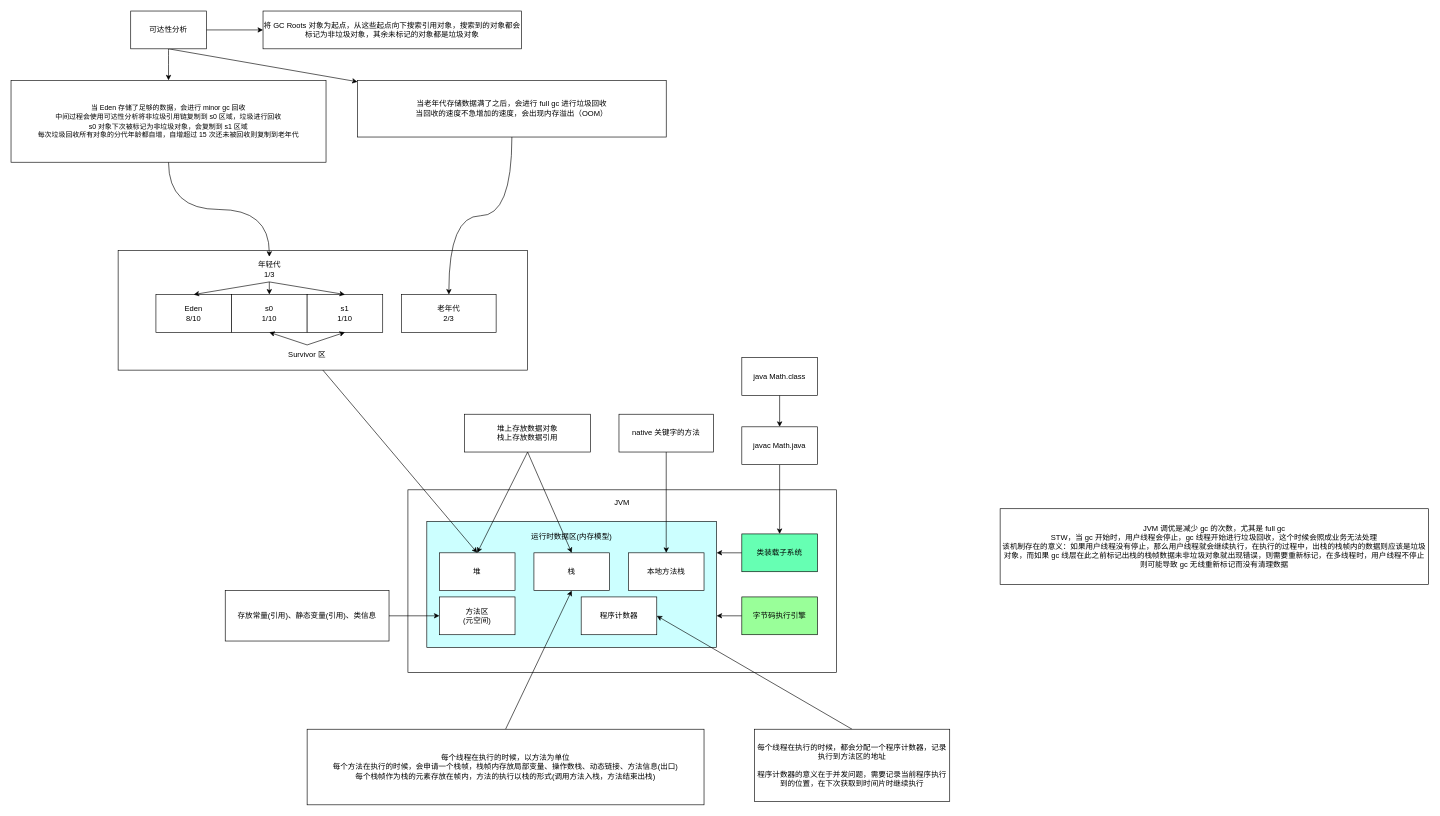
Earlier version of the draw.io diagram page "内存结构" (1 of 2) of Java/JVM.drawio (wubinglong9716/NoteBook). Source tidied: cells renumbered, new cells numbered last; positions are measured from the earlier drawing's top-left corner, leaving out a move shared by most shapes. Both pictures are drawn from the tidied source at 63%, with x=0, y=0 at pixel (11, 11).
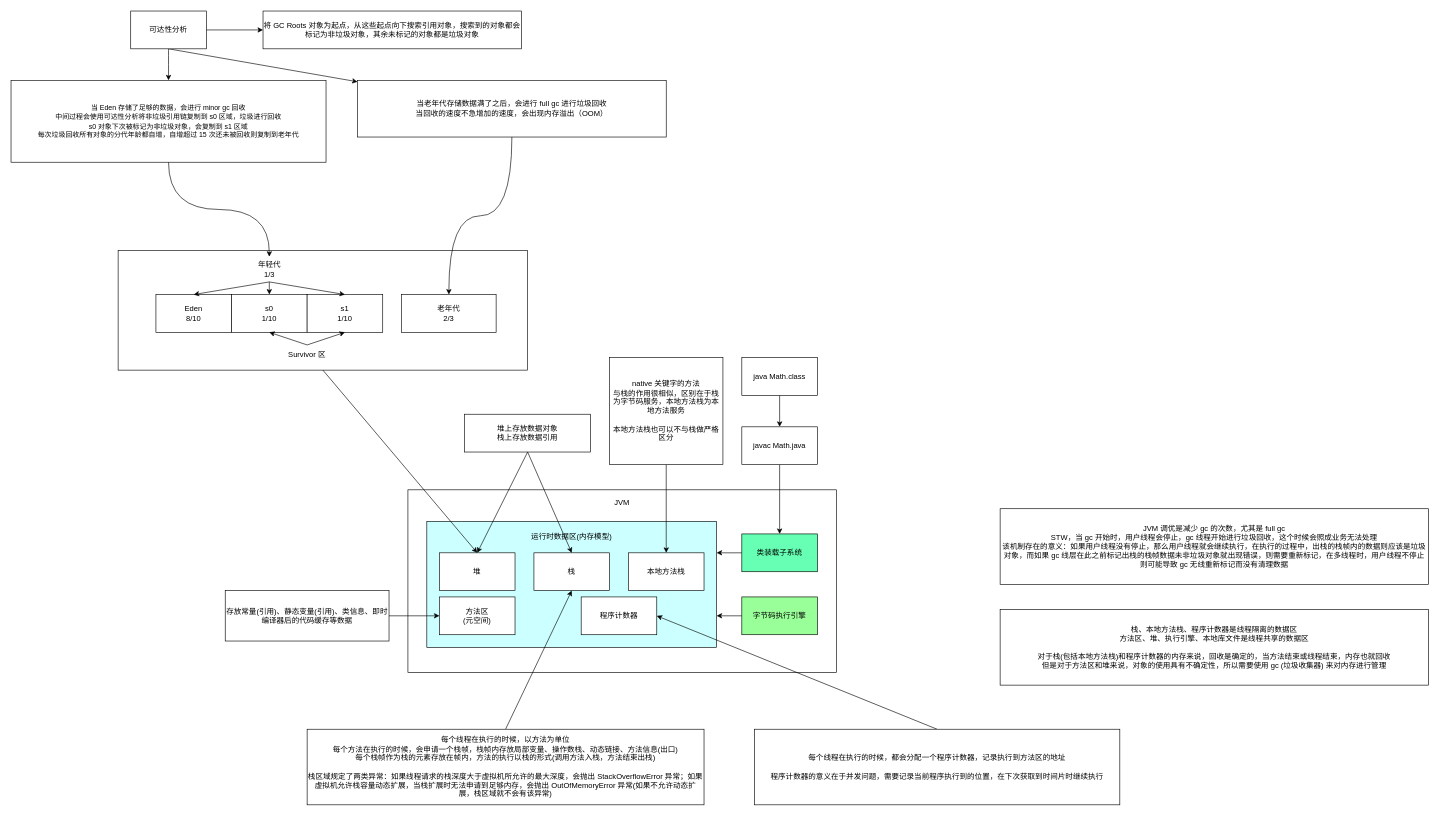
Above is the later version.

Diff of the diagram source:
```diff
@@
-    <mxCell id="21" value="每个线程在执行的时候，以方法为单位&lt;br&gt;每个方法在执行的时候，会申请一个栈帧，栈帧内存放局部变量、操作数栈、动态链接、方法信息(出口)&lt;br&gt;每个栈帧作为栈的元素存放在帧内，方法的执行以栈的形式(调用方法入栈，方法结束出栈)" style="rounded=0;whiteSpace=wrap;html=1;fillColor=#FFFFFF;" parent="1" vertex="1">
+    <mxCell id="21" value="每个线程在执行的时候，以方法为单位&lt;br&gt;每个方法在执行的时候，会申请一个栈帧，栈帧内存放局部变量、操作数栈、动态链接、方法信息(出口)&lt;br&gt;每个栈帧作为栈的元素存放在帧内，方法的执行以栈的形式(调用方法入栈，方法结束出栈)&lt;br&gt;&lt;br&gt;栈区域规定了两类异常：如果线程请求的栈深度大于虚拟机所允许的最大深度，会抛出 StackOverflowError 异常；如果虚拟机允许栈容量动态扩展，当栈扩展时无法申请到足够内存，会抛出 OutOfMemoryError 异常(如果不允许动态扩展，栈区域就不会有该异常)" style="rounded=0;whiteSpace=wrap;html=1;fillColor=#FFFFFF;" parent="1" vertex="1">
       <mxGeometry x="470" y="1140" width="630" height="120" as="geometry" />
     </mxCell>
@@
     <mxCell id="26" value="每个线程在执行的时候，都会分配一个程序计数器，记录执行到方法区的地址&lt;br&gt;&lt;br&gt;程序计数器的意义在于并发问题，需要记录当前程序执行到的位置，在下次获取到时间片时继续执行" style="rounded=0;whiteSpace=wrap;html=1;fillColor=#FFFFFF;" parent="1" vertex="1">
-      <mxGeometry x="1180" y="1140" width="310" height="115" as="geometry" />
+      <mxGeometry x="1180" y="1140" width="580" height="120" as="geometry" />
     </mxCell>
@@
-    <mxCell id="28" value="存放常量(引用)、静态变量(引用)、类信息" style="rounded=0;whiteSpace=wrap;html=1;fillColor=#FFFFFF;" parent="1" vertex="1">
+    <mxCell id="28" value="存放常量(引用)、静态变量(引用)、类信息、即时编译器后的代码缓存等数据" style="rounded=0;whiteSpace=wrap;html=1;fillColor=#FFFFFF;" parent="1" vertex="1">
       <mxGeometry x="340" y="920" width="260" height="80" as="geometry" />
     </mxCell>
@@
-    <mxCell id="30" value="native 关键字的方法" style="rounded=0;whiteSpace=wrap;html=1;fillColor=#FFFFFF;" parent="1" vertex="1">
-      <mxGeometry x="965" y="640" width="150" height="60" as="geometry" />
+    <mxCell id="30" value="native 关键字的方法&lt;br&gt;与栈的作用很相似，区别在于栈为字节码服务，本地方法栈为本地方法服务&lt;br&gt;&lt;br&gt;本地方法栈也可以不与栈做严格区分" style="rounded=0;whiteSpace=wrap;html=1;fillColor=#FFFFFF;" parent="1" vertex="1">
+      <mxGeometry x="950" y="550" width="180" height="170" as="geometry" />
     </mxCell>
@@
+    <mxCell id="53" value="栈、本地方法栈、程序计数器是线程隔离的数据区&lt;br&gt;方法区、堆、执行引擎、本地库文件是线程共享的数据区&lt;br&gt;&lt;br&gt;对于栈(包括本地方法栈)和程序计数器的内存来说，回收是确定的，当方法结束或线程结束，内存也就回收&lt;br&gt;但是对于方法区和堆来说，对象的使用具有不确定性，所以需要使用 gc (垃圾收集器) 来对内存进行管理" style="rounded=0;whiteSpace=wrap;html=1;" parent="1" vertex="1">
+      <mxGeometry x="1570" y="950" width="680" height="120" as="geometry" />
+    </mxCell>
```
